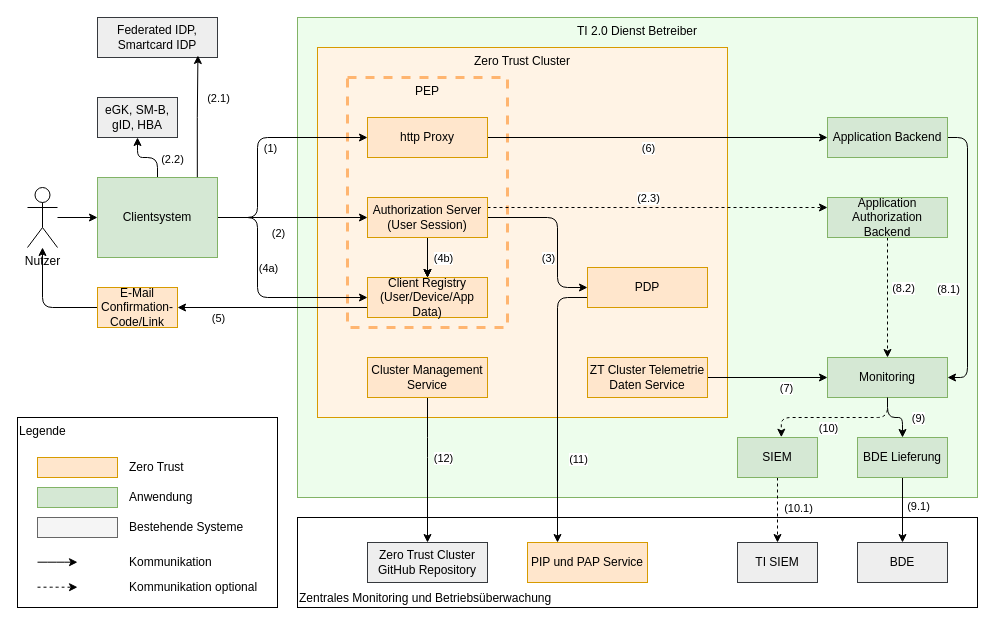
Earlier version of the draw.io diagram src/drawio/Zero-Trust_Architektur.drawio (gematik/spec-t20r). Source tidied: cells renumbered, new cells numbered last; positions are measured from the earlier drawing's top-left corner, leaving out a move shared by most shapes. Both pictures are drawn from the tidied source at 100%, with x=0, y=0 at pixel (17, 17).
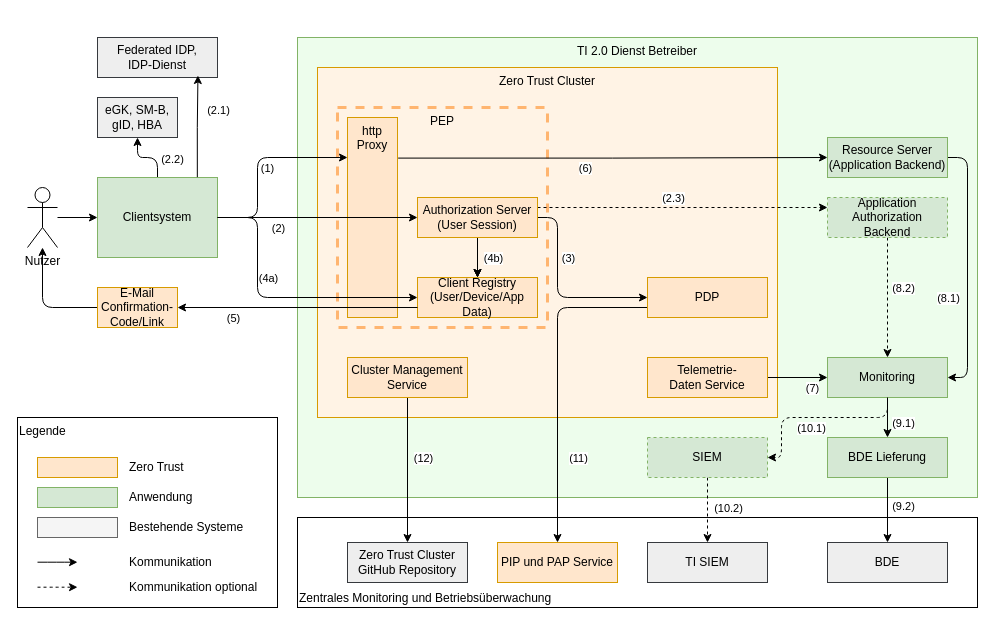
The same diagram, later.

Unchanged cells that the change refers to:
```xml
<mxCell id="37" style="edgeStyle=orthogonalEdgeStyle;rounded=1;jettySize=auto;html=1;entryX=0.5;entryY=0;entryDx=0;entryDy=0;curved=0;" parent="1" edge="1" source="39" target="59">
  <mxGeometry relative="1" as="geometry" />
</mxCell>
<mxCell id="39" value="&lt;div&gt;Monitoring&lt;/div&gt;" style="rounded=0;whiteSpace=wrap;html=1;fillColor=#d5e8d4;strokeColor=#82b366;" parent="1" vertex="1">
  <mxGeometry x="810" y="340" width="120" height="40" as="geometry" />
</mxCell>
<mxCell id="48" value="Clientsystem" style="rounded=0;whiteSpace=wrap;html=1;fillColor=#d5e8d4;strokeColor=#82b366;" parent="1" vertex="1">
  <mxGeometry x="80" y="160" width="120" height="80" as="geometry" />
</mxCell>
<mxCell id="52" value="E-Mail&lt;div&gt;Confirmation-Code/Link&lt;/div&gt;" style="rounded=0;whiteSpace=wrap;html=1;fillColor=#ffe6cc;strokeColor=#d79b00;" parent="1" vertex="1">
  <mxGeometry x="80" y="270" width="80" height="40" as="geometry" />
</mxCell>
<mxCell id="57" style="edgeStyle=orthogonalEdgeStyle;rounded=0;jettySize=auto;html=1;entryX=0.5;entryY=0;entryDx=0;entryDy=0;" parent="1" edge="1" source="59" target="65">
  <mxGeometry relative="1" as="geometry" />
</mxCell>
<mxCell id="60" style="edgeStyle=orthogonalEdgeStyle;rounded=0;jettySize=auto;html=1;entryX=0.5;entryY=0;entryDx=0;entryDy=0;dashed=1;" parent="1" edge="1" source="62" target="67">
  <mxGeometry relative="1" as="geometry" />
</mxCell>
```

Change to the diagram source:
```diff
@@
     <mxCell id="4" value="TI 2.0 Dienst Betreiber" style="rounded=0;whiteSpace=wrap;html=1;fillColor=#edfdec;strokeColor=#82b366;align=center;verticalAlign=top;" parent="1" vertex="1">
-      <mxGeometry x="280" width="680" height="480" as="geometry" />
+      <mxGeometry x="280" y="20" width="680" height="460" as="geometry" />
     </mxCell>
     <mxCell id="5" value="Zero Trust Cluster" style="rounded=0;whiteSpace=wrap;html=1;align=center;verticalAlign=top;fillColor=#fff3e5;strokeColor=#d79b00;" parent="1" vertex="1">
-      <mxGeometry x="300" y="30" width="410" height="370" as="geometry" />
+      <mxGeometry x="300" y="50" width="460" height="350" as="geometry" />
     </mxCell>
     <mxCell id="6" value="PEP" style="rounded=0;whiteSpace=wrap;html=1;fillColor=none;verticalAlign=top;strokeColor=#FFB570;dashed=1;strokeWidth=3;" parent="1" vertex="1">
-      <mxGeometry x="330" y="60" width="160" height="250" as="geometry" />
+      <mxGeometry x="320" y="90" width="210" height="220" as="geometry" />
     </mxCell>
-    <mxCell id="7" style="edgeStyle=orthogonalEdgeStyle;rounded=1;jettySize=auto;html=1;entryX=0;entryY=0.5;entryDx=0;entryDy=0;curved=0;" parent="1" edge="1" source="15" target="18">
+    <mxCell id="7" style="edgeStyle=orthogonalEdgeStyle;rounded=1;jettySize=auto;html=1;entryX=0;entryY=0.5;entryDx=0;entryDy=0;curved=0;enumerate=0;startArrow=none;startFill=0;" parent="1" edge="1" source="15" target="18">
       <mxGeometry relative="1" as="geometry">
         <Array as="points">
           <mxPoint x="540" y="200" />
-          <mxPoint x="540" y="270" />
+          <mxPoint x="540" y="280" />
         </Array>
       </mxGeometry>
     </mxCell>
     <mxCell id="8" value="(3)" style="edgeLabel;html=1;align=center;verticalAlign=middle;" parent="7" vertex="1">
       <mxGeometry x="0.11" y="2" relative="1" as="geometry">
-        <mxPoint x="-12" y="16" as="offset" />
+        <mxPoint x="5" y="-38" as="offset" />
       </mxGeometry>
     </mxCell>
@@
     <mxCell id="15" value="Authorization Server&lt;div&gt;(User Session)&lt;/div&gt;" style="rounded=0;whiteSpace=wrap;html=1;fillColor=#ffe6cc;strokeColor=#d79b00;" parent="1" vertex="1">
-      <mxGeometry x="350" y="180" width="120" height="40" as="geometry" />
+      <mxGeometry x="400" y="180" width="120" height="40" as="geometry" />
     </mxCell>
-    <mxCell id="16" style="edgeStyle=orthogonalEdgeStyle;rounded=1;jettySize=auto;html=1;entryX=0.25;entryY=0;entryDx=0;entryDy=0;exitX=0;exitY=0.75;exitDx=0;exitDy=0;curved=0;" parent="1" edge="1" source="18" target="66">
+    <mxCell id="16" style="edgeStyle=orthogonalEdgeStyle;rounded=1;jettySize=auto;html=1;entryX=0.5;entryY=0;entryDx=0;entryDy=0;exitX=0;exitY=0.75;exitDx=0;exitDy=0;curved=0;" parent="1" edge="1" source="18" target="66">
       <mxGeometry relative="1" as="geometry">
         <Array as="points">
-          <mxPoint x="540" y="280" />
+          <mxPoint x="540" y="290" />
         </Array>
       </mxGeometry>
     </mxCell>
     <mxCell id="17" value="(11)" style="edgeLabel;html=1;align=center;verticalAlign=middle;" parent="16" vertex="1">
       <mxGeometry x="0.4" y="-1" relative="1" as="geometry">
-        <mxPoint x="21" y="-2" as="offset" />
+        <mxPoint x="21" y="13" as="offset" />
       </mxGeometry>
     </mxCell>
     <mxCell id="18" value="PDP" style="rounded=0;whiteSpace=wrap;html=1;fillColor=#ffe6cc;strokeColor=#d79b00;" parent="1" vertex="1">
-      <mxGeometry x="570" y="250" width="120" height="40" as="geometry" />
+      <mxGeometry x="630" y="260" width="120" height="40" as="geometry" />
     </mxCell>
-    <mxCell id="19" style="edgeStyle=orthogonalEdgeStyle;rounded=0;jettySize=auto;html=1;entryX=0;entryY=0.5;entryDx=0;entryDy=0;" parent="1" edge="1" source="21" target="27">
+    <mxCell id="19" style="edgeStyle=orthogonalEdgeStyle;rounded=0;jettySize=auto;html=1;entryX=0;entryY=0.5;entryDx=0;entryDy=0;exitX=1.013;exitY=0.203;exitDx=0;exitDy=0;exitPerimeter=0;" parent="1" edge="1" source="21" target="27">
       <mxGeometry relative="1" as="geometry" />
     </mxCell>
@@
-    <mxCell id="21" value="http Proxy" style="rounded=0;whiteSpace=wrap;html=1;fillColor=#ffe6cc;strokeColor=#d79b00;" parent="1" vertex="1">
-      <mxGeometry x="350" y="100" width="120" height="40" as="geometry" />
-    </mxCell>
-    <mxCell id="22" style="edgeStyle=orthogonalEdgeStyle;rounded=0;jettySize=auto;html=1;entryX=1;entryY=0.5;entryDx=0;entryDy=0;exitX=0;exitY=0.75;exitDx=0;exitDy=0;" parent="1" edge="1" source="24" target="52">
-      <mxGeometry relative="1" as="geometry" />
-    </mxCell>
-    <mxCell id="23" value="(5)" style="edgeLabel;html=1;align=center;verticalAlign=middle;" parent="22" vertex="1">
-      <mxGeometry x="0.38" y="1" relative="1" as="geometry">
-        <mxPoint x="-19" y="9" as="offset" />
-      </mxGeometry>
-    </mxCell>
     <mxCell id="24" value="Client Registry&lt;div&gt;(User/Device/App Data)&lt;/div&gt;" style="rounded=0;whiteSpace=wrap;html=1;fillColor=#ffe6cc;strokeColor=#d79b00;" parent="1" vertex="1">
-      <mxGeometry x="350" y="260" width="120" height="40" as="geometry" />
+      <mxGeometry x="400" y="260" width="120" height="40" as="geometry" />
     </mxCell>
     <mxCell id="25" style="edgeStyle=orthogonalEdgeStyle;rounded=1;jettySize=auto;html=1;entryX=1;entryY=0.5;entryDx=0;entryDy=0;curved=0;" parent="1" edge="1" source="27" target="39">
       <mxGeometry relative="1" as="geometry">
         <Array as="points">
-          <mxPoint x="950" y="120" />
+          <mxPoint x="950" y="140" />
           <mxPoint x="950" y="360" />
         </Array>
       </mxGeometry>
     </mxCell>
@@
-    <mxCell id="27" value="&lt;div&gt;Application Backend&lt;/div&gt;" style="rounded=0;whiteSpace=wrap;html=1;fillColor=#d5e8d4;strokeColor=#82b366;" parent="1" vertex="1">
-      <mxGeometry x="810" y="100" width="120" height="40" as="geometry" />
+    <mxCell id="27" value="&lt;div&gt;Resource Server&lt;/div&gt;&lt;div&gt;(Application Backend)&lt;/div&gt;" style="rounded=0;whiteSpace=wrap;html=1;fillColor=#d5e8d4;strokeColor=#82b366;" parent="1" vertex="1">
+      <mxGeometry x="810" y="120" width="120" height="40" as="geometry" />
     </mxCell>
@@
-    <mxCell id="30" value="&lt;div&gt;Application Authorization Backend&lt;/div&gt;" style="rounded=0;whiteSpace=wrap;html=1;fillColor=#d5e8d4;strokeColor=#82b366;" parent="1" vertex="1">
+    <mxCell id="30" value="&lt;div&gt;Application Authorization Backend&lt;/div&gt;" style="rounded=0;whiteSpace=wrap;html=1;fillColor=#d5e8d4;strokeColor=#82b366;dashed=1;" parent="1" vertex="1">
       <mxGeometry x="810" y="180" width="120" height="40" as="geometry" />
     </mxCell>
@@
-    <mxCell id="33" value="ZT Cluster Telemetrie Daten&amp;nbsp;&lt;span style=&quot;background-color: initial;&quot;&gt;Service&lt;/span&gt;" style="rounded=0;whiteSpace=wrap;html=1;fillColor=#ffe6cc;strokeColor=#d79b00;" parent="1" vertex="1">
-      <mxGeometry x="570" y="340" width="120" height="40" as="geometry" />
+    <mxCell id="33" value="Telemetrie-Daten&amp;nbsp;&lt;span style=&quot;background-color: initial;&quot;&gt;Service&lt;/span&gt;" style="rounded=0;whiteSpace=wrap;html=1;fillColor=#ffe6cc;strokeColor=#d79b00;" parent="1" vertex="1">
+      <mxGeometry x="630" y="340" width="120" height="40" as="geometry" />
     </mxCell>
     <mxCell id="34" style="edgeStyle=orthogonalEdgeStyle;rounded=1;jettySize=auto;html=1;entryX=0.5;entryY=0;entryDx=0;entryDy=0;curved=0;exitX=0.5;exitY=1;exitDx=0;exitDy=0;" parent="1" edge="1" source="36" target="68">
       <mxGeometry relative="1" as="geometry">
         <Array as="points">
-          <mxPoint x="410" y="430" />
-          <mxPoint x="410" y="430" />
+          <mxPoint x="390" y="380" />
+          <mxPoint x="390" y="525" />
         </Array>
       </mxGeometry>
     </mxCell>
@@
     <mxCell id="36" value="Cluster Management&lt;div&gt;Service&lt;/div&gt;" style="rounded=0;whiteSpace=wrap;html=1;fillColor=#ffe6cc;strokeColor=#d79b00;" parent="1" vertex="1">
-      <mxGeometry x="350" y="340" width="120" height="40" as="geometry" />
+      <mxGeometry x="330" y="340" width="120" height="40" as="geometry" />
     </mxCell>
@@
-    <mxCell id="38" value="(9)" style="edgeLabel;html=1;align=center;verticalAlign=middle;" parent="37" vertex="1">
+    <mxCell id="38" value="(9.1)" style="edgeLabel;html=1;align=center;verticalAlign=middle;" parent="37" vertex="1">
       <mxGeometry x="0.39" y="1" relative="1" as="geometry">
         <mxPoint x="14" y="-3" as="offset" />
       </mxGeometry>
     </mxCell>
@@
-    <mxCell id="40" style="edgeStyle=orthogonalEdgeStyle;rounded=0;jettySize=auto;html=1;entryX=0;entryY=0.5;entryDx=0;entryDy=0;" parent="1" edge="1" source="48" target="15">
-      <mxGeometry relative="1" as="geometry" />
-    </mxCell>
-    <mxCell id="41" value="(2)" style="edgeLabel;html=1;align=center;verticalAlign=middle;" parent="40" vertex="1">
-      <mxGeometry x="-0.47" y="-3" relative="1" as="geometry">
-        <mxPoint x="20" y="12" as="offset" />
-      </mxGeometry>
-    </mxCell>
-    <mxCell id="42" style="edgeStyle=orthogonalEdgeStyle;rounded=1;jettySize=auto;html=1;entryX=0;entryY=0.5;entryDx=0;entryDy=0;curved=0;" parent="1" edge="1" source="48" target="21">
+    <mxCell id="42" style="edgeStyle=orthogonalEdgeStyle;rounded=1;jettySize=auto;html=1;curved=0;entryX=0;entryY=0.2;entryDx=0;entryDy=0;entryPerimeter=0;" parent="1" edge="1" source="48" target="21">
       <mxGeometry relative="1" as="geometry">
         <Array as="points">
           <mxPoint x="240" y="200" />
-          <mxPoint x="240" y="120" />
+          <mxPoint x="240" y="140" />
         </Array>
       </mxGeometry>
     </mxCell>
@@
-    <mxCell id="46" style="edgeStyle=orthogonalEdgeStyle;rounded=1;jettySize=auto;html=1;curved=0;" parent="1" edge="1" source="48" target="24">
-      <mxGeometry relative="1" as="geometry">
-        <Array as="points">
-          <mxPoint x="240" y="200" />
-          <mxPoint x="240" y="280" />
-        </Array>
-      </mxGeometry>
-    </mxCell>
-    <mxCell id="47" value="(4a)" style="edgeLabel;html=1;align=center;verticalAlign=middle;" parent="46" vertex="1">
-      <mxGeometry x="0.2" y="-1" relative="1" as="geometry">
-        <mxPoint x="-8" y="-31" as="offset" />
-      </mxGeometry>
-    </mxCell>
@@
-    <mxCell id="54" value="Federated IDP,&lt;div&gt;Smartcard IDP&lt;/div&gt;" style="rounded=0;whiteSpace=wrap;html=1;fillColor=#eeeeee;strokeColor=#36393d;" parent="1" vertex="1">
-      <mxGeometry x="80" width="120" height="40" as="geometry" />
+    <mxCell id="54" value="Federated IDP,&lt;div&gt;IDP-Dienst&lt;/div&gt;" style="rounded=0;whiteSpace=wrap;html=1;fillColor=#eeeeee;strokeColor=#36393d;" parent="1" vertex="1">
+      <mxGeometry x="80" y="20" width="120" height="40" as="geometry" />
     </mxCell>
@@
-    <mxCell id="58" value="(9.1)" style="edgeLabel;html=1;align=center;verticalAlign=middle;" parent="57" vertex="1">
+    <mxCell id="58" value="(9.2)" style="edgeLabel;html=1;align=center;verticalAlign=middle;" parent="57" vertex="1">
       <mxGeometry x="-0.13" y="-1" relative="1" as="geometry">
         <mxPoint x="16" as="offset" />
       </mxGeometry>
     </mxCell>
     <mxCell id="59" value="&lt;div&gt;BDE Lieferung&lt;/div&gt;" style="rounded=0;whiteSpace=wrap;html=1;fillColor=#d5e8d4;strokeColor=#82b366;" parent="1" vertex="1">
-      <mxGeometry x="840" y="420" width="90" height="40" as="geometry" />
+      <mxGeometry x="810" y="420" width="120" height="40" as="geometry" />
     </mxCell>
@@
-    <mxCell id="61" value="(10.1)" style="edgeLabel;html=1;align=center;verticalAlign=middle;" parent="60" vertex="1">
+    <mxCell id="61" value="(10.2)" style="edgeLabel;html=1;align=center;verticalAlign=middle;" parent="60" vertex="1">
       <mxGeometry relative="1" as="geometry">
         <mxPoint x="20" y="-3" as="offset" />
       </mxGeometry>
     </mxCell>
-    <mxCell id="62" value="&lt;div&gt;SIEM&lt;/div&gt;" style="rounded=0;whiteSpace=wrap;html=1;fillColor=#d5e8d4;strokeColor=#82b366;" parent="1" vertex="1">
-      <mxGeometry x="720" y="420" width="80" height="40" as="geometry" />
+    <mxCell id="62" value="&lt;div&gt;SIEM&lt;/div&gt;" style="rounded=0;whiteSpace=wrap;html=1;fillColor=#d5e8d4;strokeColor=#82b366;dashed=1;" parent="1" vertex="1">
+      <mxGeometry x="630" y="420" width="120" height="40" as="geometry" />
     </mxCell>
-    <mxCell id="63" style="edgeStyle=orthogonalEdgeStyle;rounded=1;jettySize=auto;html=1;entryX=0.548;entryY=-0.007;entryDx=0;entryDy=0;entryPerimeter=0;dashed=1;curved=0;" parent="1" edge="1" source="39" target="62">
+    <mxCell id="63" style="edgeStyle=orthogonalEdgeStyle;rounded=1;jettySize=auto;html=1;entryX=1;entryY=0.5;entryDx=0;entryDy=0;dashed=1;curved=0;" parent="1" edge="1" source="39" target="62">
       <mxGeometry relative="1" as="geometry">
         <Array as="points">
           <mxPoint x="870" y="400" />
           <mxPoint x="764" y="400" />
+          <mxPoint x="764" y="440" />
         </Array>
       </mxGeometry>
     </mxCell>
-    <mxCell id="64" value="(10)" style="edgeLabel;html=1;align=center;verticalAlign=middle;" parent="63" vertex="1">
+    <mxCell id="64" value="(10.1)" style="edgeLabel;html=1;align=center;verticalAlign=middle;" parent="63" vertex="1">
       <mxGeometry x="-0.05" relative="1" as="geometry">
         <mxPoint x="-11" y="10" as="offset" />
       </mxGeometry>
     </mxCell>
     <mxCell id="65" value="&lt;div&gt;BDE&lt;/div&gt;" style="rounded=0;whiteSpace=wrap;html=1;fillColor=#eeeeee;strokeColor=#36393d;" parent="1" vertex="1">
-      <mxGeometry x="840" y="525" width="90" height="40" as="geometry" />
+      <mxGeometry x="810" y="525" width="120" height="40" as="geometry" />
     </mxCell>
     <mxCell id="66" value="PIP und PAP Service" style="rounded=0;whiteSpace=wrap;html=1;fillColor=#ffe6cc;strokeColor=#d79b00;" parent="1" vertex="1">
-      <mxGeometry x="510" y="525" width="120" height="40" as="geometry" />
+      <mxGeometry x="480" y="525" width="120" height="40" as="geometry" />
     </mxCell>
     <mxCell id="67" value="&lt;div&gt;TI SIEM&lt;/div&gt;" style="rounded=0;whiteSpace=wrap;html=1;fillColor=#eeeeee;strokeColor=#36393d;" parent="1" vertex="1">
-      <mxGeometry x="720" y="525" width="80" height="40" as="geometry" />
+      <mxGeometry x="630" y="525" width="120" height="40" as="geometry" />
     </mxCell>
     <mxCell id="68" value="Zero Trust Cluster GitHub&amp;nbsp;&lt;span style=&quot;background-color: initial;&quot;&gt;Repository&lt;/span&gt;" style="rounded=0;whiteSpace=wrap;html=1;fillColor=#eeeeee;strokeColor=#36393d;" parent="1" vertex="1">
-      <mxGeometry x="350" y="525" width="120" height="40" as="geometry" />
+      <mxGeometry x="330" y="525" width="120" height="40" as="geometry" />
     </mxCell>
@@
+    <mxCell id="21" value="http Proxy" style="rounded=0;whiteSpace=wrap;html=1;fillColor=#ffe6cc;strokeColor=#d79b00;verticalAlign=top;" parent="1" vertex="1">
+      <mxGeometry x="330" y="100" width="50" height="200" as="geometry" />
+    </mxCell>
+    <mxCell id="40" style="edgeStyle=orthogonalEdgeStyle;rounded=0;jettySize=auto;html=1;entryX=0;entryY=0.5;entryDx=0;entryDy=0;" parent="1" edge="1" source="48" target="15">
+      <mxGeometry relative="1" as="geometry" />
+    </mxCell>
+    <mxCell id="41" value="(2)" style="edgeLabel;html=1;align=center;verticalAlign=middle;" parent="40" vertex="1">
+      <mxGeometry x="-0.47" y="-3" relative="1" as="geometry">
+        <mxPoint x="7" y="7" as="offset" />
+      </mxGeometry>
+    </mxCell>
+    <mxCell id="46" style="edgeStyle=orthogonalEdgeStyle;rounded=1;jettySize=auto;html=1;curved=0;" parent="1" edge="1" source="48" target="24">
+      <mxGeometry relative="1" as="geometry">
+        <Array as="points">
+          <mxPoint x="240" y="200" />
+          <mxPoint x="240" y="280" />
+        </Array>
+      </mxGeometry>
+    </mxCell>
+    <mxCell id="47" value="(4a)" style="edgeLabel;html=1;align=center;verticalAlign=middle;" parent="46" vertex="1">
+      <mxGeometry x="0.2" y="-1" relative="1" as="geometry">
+        <mxPoint x="-38" y="-21" as="offset" />
+      </mxGeometry>
+    </mxCell>
+    <mxCell id="22" style="edgeStyle=orthogonalEdgeStyle;rounded=0;jettySize=auto;html=1;entryX=1;entryY=0.5;entryDx=0;entryDy=0;exitX=0;exitY=0.75;exitDx=0;exitDy=0;" parent="1" edge="1" source="24" target="52">
+      <mxGeometry relative="1" as="geometry" />
+    </mxCell>
+    <mxCell id="23" value="(5)" style="edgeLabel;html=1;align=center;verticalAlign=middle;" parent="22" vertex="1">
+      <mxGeometry x="0.38" y="1" relative="1" as="geometry">
+        <mxPoint x="-19" y="9" as="offset" />
+      </mxGeometry>
+    </mxCell>
```
